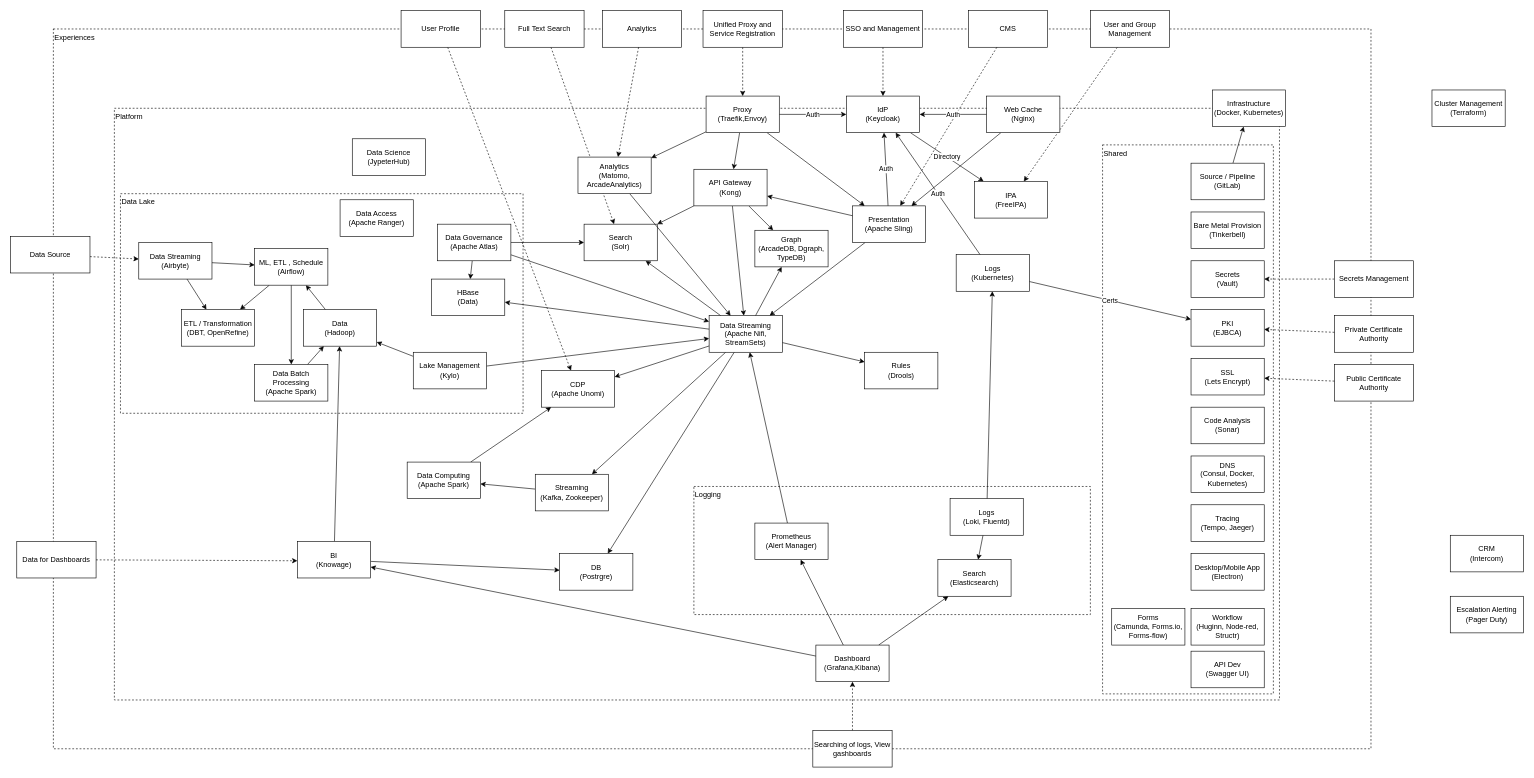
Before: page "Services" (1 of 2) of _gxp/diagrams/GXP-Architecture.drawio in governance-foundation/governance.foundation, a draw.io diagram. Source tidied: cells renumbered, new cells numbered last; positions are measured from the earlier drawing's top-left corner, leaving out a move shared by most shapes. Both pictures are drawn from the tidied source at 61%, with x=0, y=0 at pixel (10, 10).
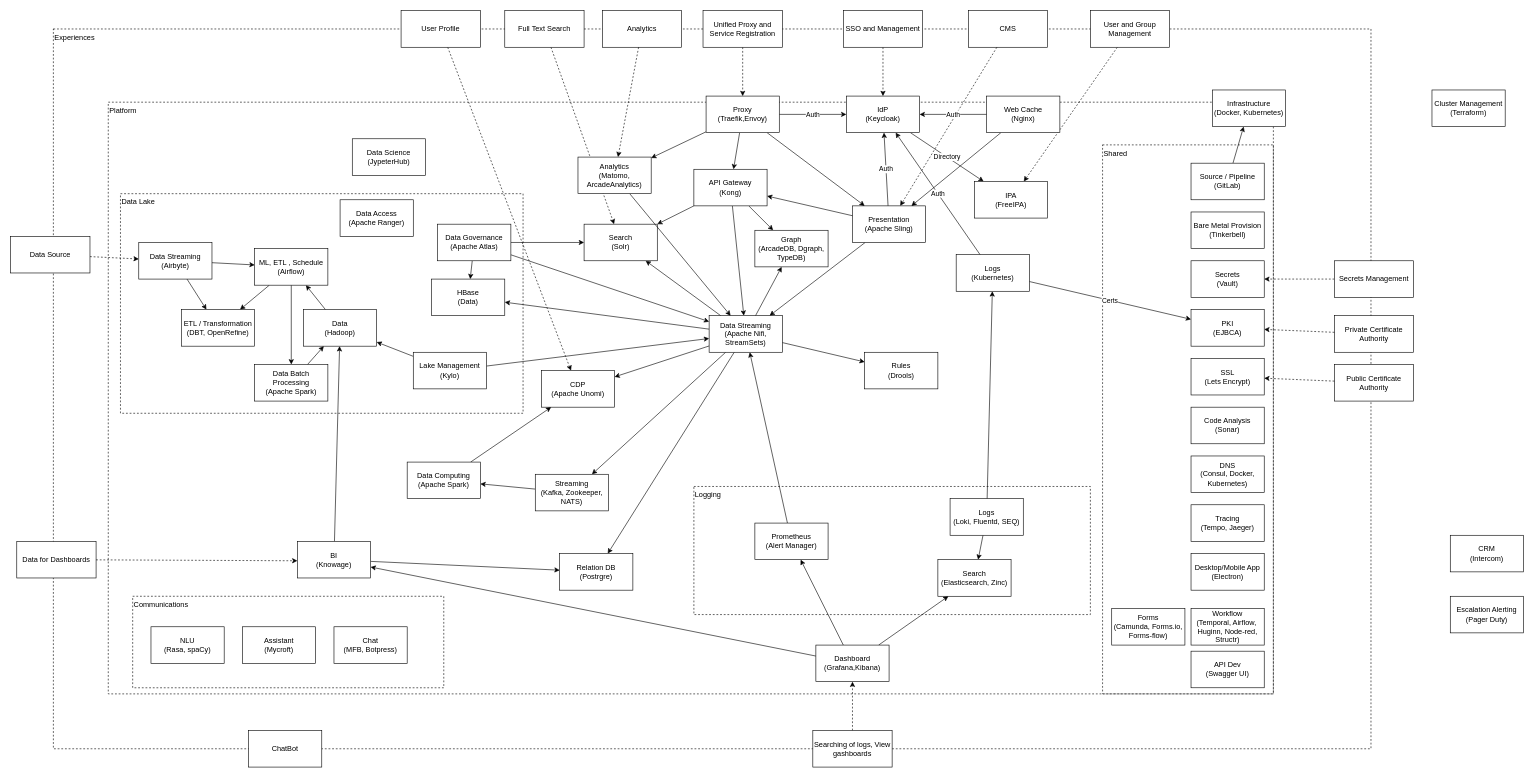
The same page after the edit.

The edit, as a diff of the source:
```diff
@@
     <mxCell id="31" value="Platform" style="rounded=0;whiteSpace=wrap;html=1;fillColor=none;dashed=1;align=left;verticalAlign=top;" parent="30" vertex="1">
-      <mxGeometry x="170" y="160" width="1910" height="970" as="geometry" />
+      <mxGeometry x="160" y="150" width="1910" height="970" as="geometry" />
     </mxCell>
@@
-    <mxCell id="52" value="&lt;div&gt;Search&lt;/div&gt;&lt;div&gt;(Elasticsearch)&lt;/div&gt;" style="rounded=0;whiteSpace=wrap;html=1;" parent="30" vertex="1">
+    <mxCell id="52" value="&lt;div&gt;Search&lt;/div&gt;&lt;div&gt;(Elasticsearch, Zinc)&lt;/div&gt;" style="rounded=0;whiteSpace=wrap;html=1;" parent="30" vertex="1">
       <mxGeometry x="1520" y="900" width="120" height="60" as="geometry" />
     </mxCell>
@@
-    <mxCell id="77" value="Streaming&lt;br&gt;(Kafka, Zookeeper)" style="rounded=0;whiteSpace=wrap;html=1;" parent="30" vertex="1">
+    <mxCell id="77" value="Streaming&lt;br&gt;(Kafka, Zookeeper, NATS)" style="rounded=0;whiteSpace=wrap;html=1;" parent="30" vertex="1">
       <mxGeometry x="860" y="760" width="120" height="60" as="geometry" />
     </mxCell>
@@
-    <mxCell id="87" value="&lt;div&gt;DB&lt;br&gt;&lt;/div&gt;&lt;div&gt;(Postrgre)&lt;/div&gt;" style="rounded=0;whiteSpace=wrap;html=1;" parent="30" vertex="1">
+    <mxCell id="87" value="&lt;div&gt;Relation DB&lt;br&gt;&lt;/div&gt;&lt;div&gt;(Postrgre)&lt;/div&gt;" style="rounded=0;whiteSpace=wrap;html=1;" parent="30" vertex="1">
       <mxGeometry x="900" y="890" width="120" height="60" as="geometry" />
     </mxCell>
@@
-    <mxCell id="94" value="&lt;div&gt;Logs&lt;/div&gt;&lt;div&gt;(Loki, Fluentd)&lt;/div&gt;" style="rounded=0;whiteSpace=wrap;html=1;" parent="30" vertex="1">
+    <mxCell id="94" value="&lt;div&gt;Logs&lt;/div&gt;&lt;div&gt;(Loki, Fluentd, SEQ)&lt;/div&gt;" style="rounded=0;whiteSpace=wrap;html=1;" parent="30" vertex="1">
       <mxGeometry x="1540" y="800" width="120" height="60" as="geometry" />
     </mxCell>
@@
-    <mxCell id="118" value="&lt;div&gt;Workflow&lt;/div&gt;&lt;div&gt;(Huginn, Node-red, Structr)&lt;/div&gt;" style="rounded=0;whiteSpace=wrap;html=1;" parent="30" vertex="1">
+    <mxCell id="118" value="&lt;div&gt;Workflow&lt;/div&gt;&lt;div&gt;(Temporal, Airflow,&amp;nbsp;&lt;/div&gt;&lt;div&gt;Huginn, Node-red, Structr)&lt;/div&gt;" style="rounded=0;whiteSpace=wrap;html=1;" parent="30" vertex="1">
       <mxGeometry x="1935" y="980" width="120" height="60" as="geometry" />
     </mxCell>
@@
+    <mxCell id="126" value="Communications" style="rounded=0;whiteSpace=wrap;html=1;fillColor=none;dashed=1;verticalAlign=top;align=left;" parent="30" vertex="1">
+      <mxGeometry x="200" y="960" width="510" height="150" as="geometry" />
+    </mxCell>
+    <mxCell id="127" value="&lt;div&gt;NLU&lt;/div&gt;&lt;div&gt;(Rasa, spaCy)&lt;/div&gt;" style="rounded=0;whiteSpace=wrap;html=1;" parent="30" vertex="1">
+      <mxGeometry x="230" y="1010" width="120" height="60" as="geometry" />
+    </mxCell>
+    <mxCell id="128" value="&lt;div&gt;Assistant&lt;/div&gt;&lt;div&gt;(Mycroft)&lt;/div&gt;" style="rounded=0;whiteSpace=wrap;html=1;" parent="30" vertex="1">
+      <mxGeometry x="380" y="1010" width="120" height="60" as="geometry" />
+    </mxCell>
+    <mxCell id="129" value="&lt;div&gt;ChatBot&lt;/div&gt;" style="rounded=0;whiteSpace=wrap;html=1;" parent="30" vertex="1">
+      <mxGeometry x="390" y="1180" width="120" height="60" as="geometry" />
+    </mxCell>
+    <mxCell id="130" value="&lt;div&gt;&lt;span&gt;Chat&lt;/span&gt;&lt;/div&gt;&lt;div&gt;&lt;span&gt;(MFB, Botpress)&lt;/span&gt;&lt;br&gt;&lt;/div&gt;" style="rounded=0;whiteSpace=wrap;html=1;" parent="30" vertex="1">
+      <mxGeometry x="530" y="1010" width="120" height="60" as="geometry" />
+    </mxCell>
```
